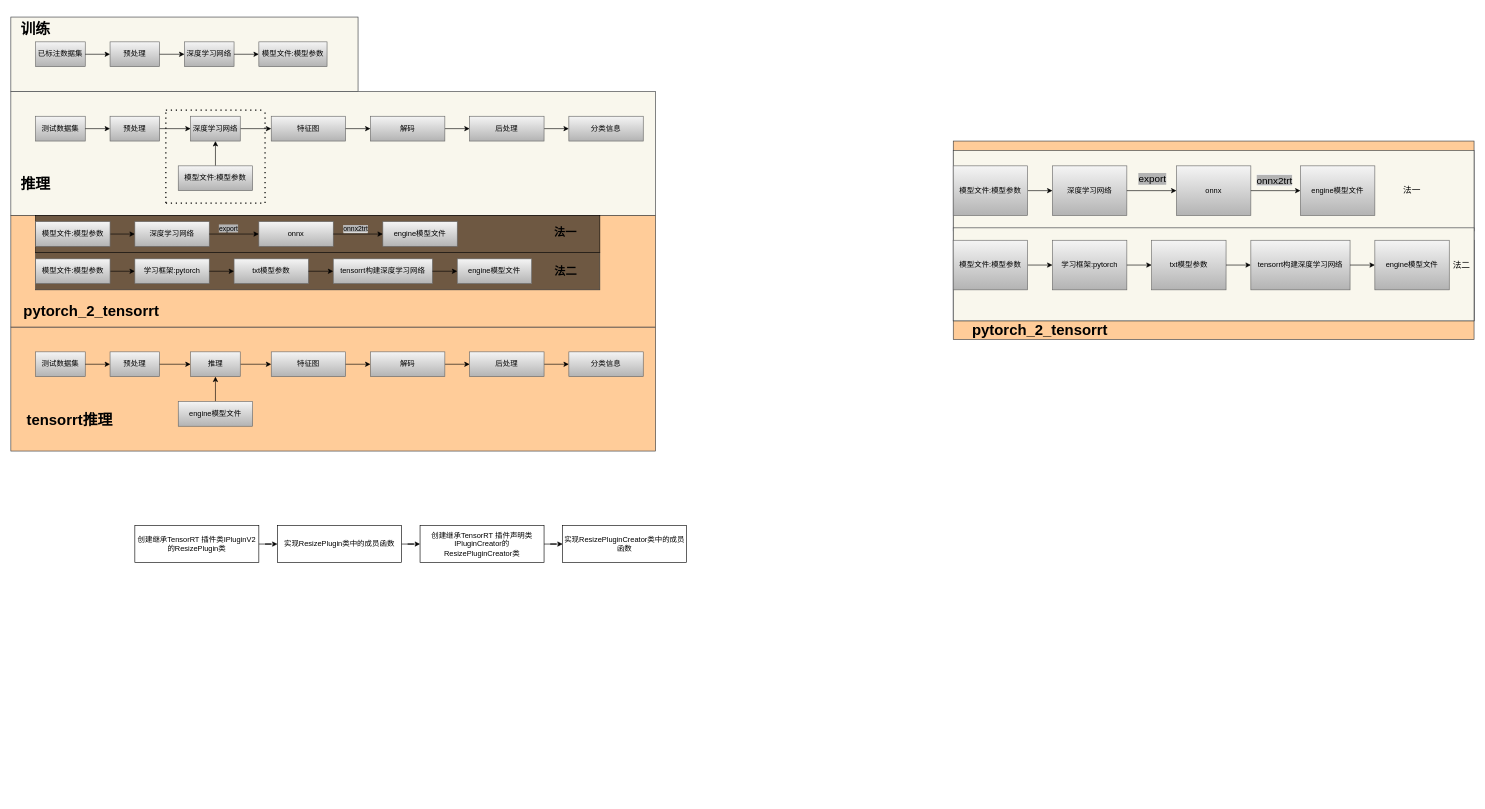
bugquella/diagrams keeps this draw.io diagram as lidar分类.drawio. Above is the earlier version. Source tidied: cells renumbered, new cells numbered last; positions are measured from the earlier drawing's top-left corner, leaving out a move shared by most shapes. Both pictures are drawn from the tidied source at 62%, with x=0, y=0 at pixel (11, 17).
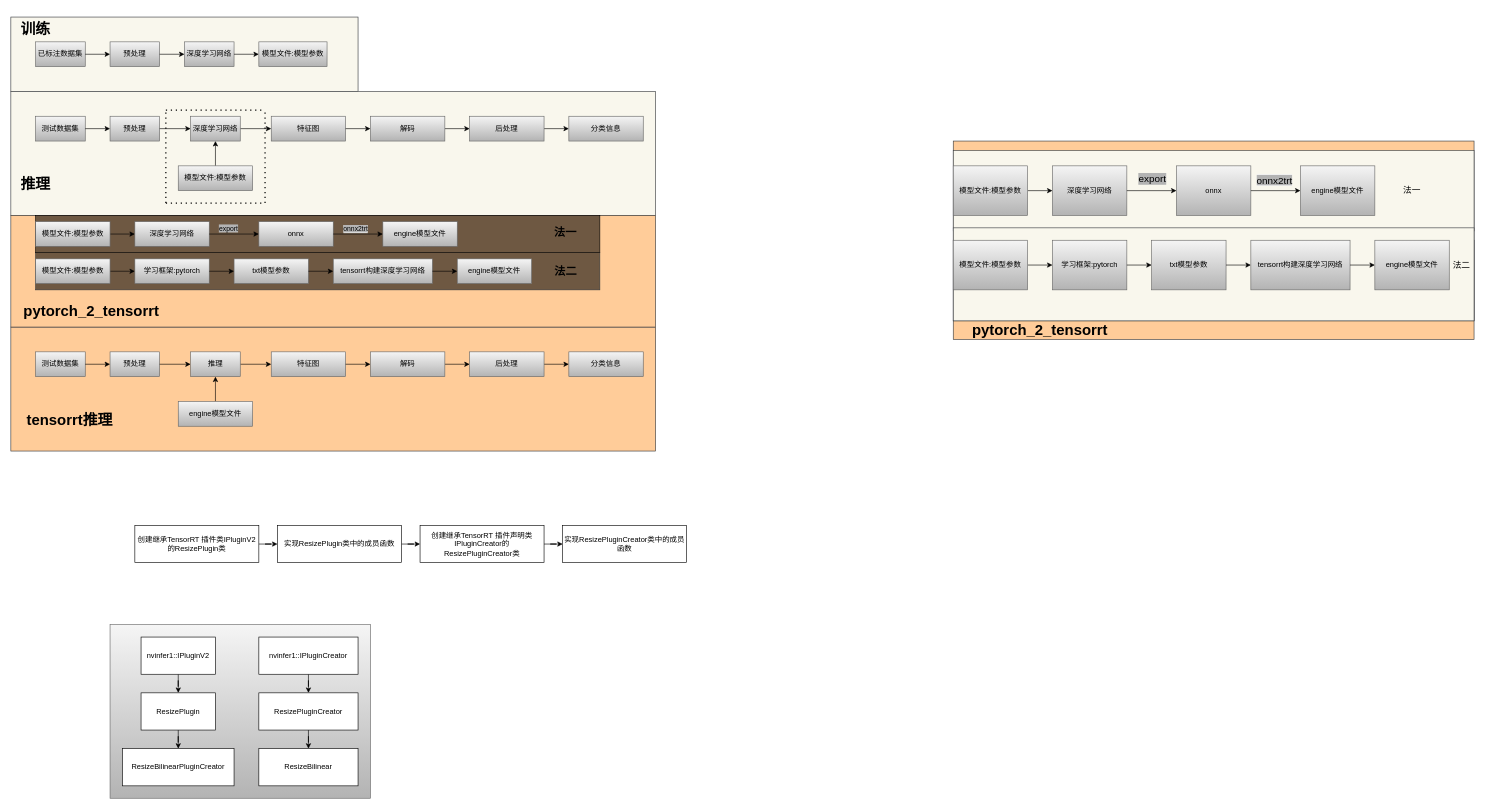
The same page after the edit.

What changed in the source:
```diff
@@
+    <mxCell id="117" style="rounded=0;whiteSpace=wrap;html=1;fillColor=#f5f5f5;strokeColor=#666666;gradientColor=#b3b3b3;" parent="1" vertex="1">
+      <mxGeometry x="160" y="980" width="420" height="280" as="geometry" />
+    </mxCell>
@@
+    <mxCell id="118" style="edgeStyle=orthogonalEdgeStyle;rounded=0;jettySize=auto;html=1;" parent="1" edge="1" source="119" target="123">
+      <mxGeometry relative="1" as="geometry" />
+    </mxCell>
+    <mxCell id="119" value="nvinfer1::IPluginV2" style="rounded=0;whiteSpace=wrap;html=1;" parent="1" vertex="1">
+      <mxGeometry x="210" y="1000" width="120" height="60" as="geometry" />
+    </mxCell>
+    <mxCell id="120" style="edgeStyle=orthogonalEdgeStyle;rounded=0;jettySize=auto;html=1;" parent="1" edge="1" source="121" target="125">
+      <mxGeometry relative="1" as="geometry" />
+    </mxCell>
+    <mxCell id="121" value="nvinfer1::IPluginCreator" style="whiteSpace=wrap;html=1;" parent="1" vertex="1">
+      <mxGeometry x="400" y="1000" width="160" height="60" as="geometry" />
+    </mxCell>
+    <mxCell id="122" style="edgeStyle=orthogonalEdgeStyle;rounded=0;jettySize=auto;html=1;" parent="1" edge="1" source="123" target="126">
+      <mxGeometry relative="1" as="geometry" />
+    </mxCell>
+    <mxCell id="123" value="ResizePlugin" style="rounded=0;whiteSpace=wrap;html=1;" parent="1" vertex="1">
+      <mxGeometry x="210" y="1090" width="120" height="60" as="geometry" />
+    </mxCell>
+    <mxCell id="124" style="edgeStyle=orthogonalEdgeStyle;rounded=0;jettySize=auto;html=1;" parent="1" edge="1" source="125" target="127">
+      <mxGeometry relative="1" as="geometry" />
+    </mxCell>
+    <mxCell id="125" value="ResizePluginCreator" style="rounded=0;whiteSpace=wrap;html=1;" parent="1" vertex="1">
+      <mxGeometry x="400" y="1090" width="160" height="60" as="geometry" />
+    </mxCell>
+    <mxCell id="126" value="ResizeBilinearPluginCreator" style="rounded=0;whiteSpace=wrap;html=1;" parent="1" vertex="1">
+      <mxGeometry x="180" y="1180" width="180" height="60" as="geometry" />
+    </mxCell>
+    <mxCell id="127" value="ResizeBilinear" style="rounded=0;whiteSpace=wrap;html=1;" parent="1" vertex="1">
+      <mxGeometry x="400" y="1180" width="160" height="60" as="geometry" />
+    </mxCell>
```
